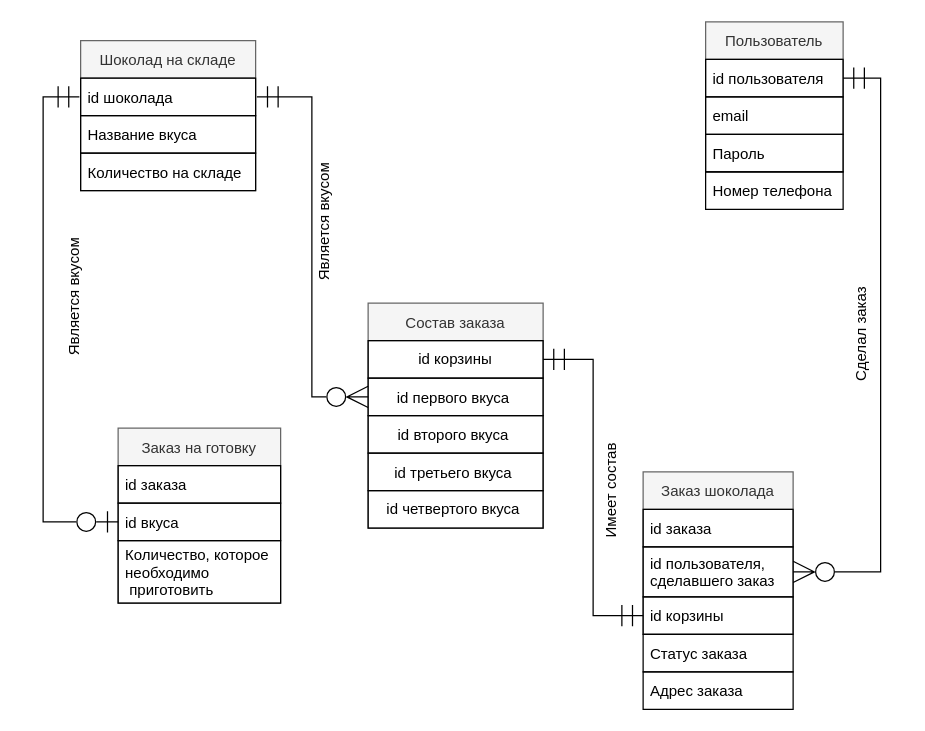
frobbery/chocolate-shop keeps this draw.io diagram as resource-images/er-diagram.drawio. Above is the earlier version. Source tidied: cells renumbered, new cells numbered last; positions are measured from the earlier drawing's top-left corner, leaving out a move shared by most shapes. Both pictures are drawn from the tidied source at 125%, with x=0, y=0 at pixel (5, 21).
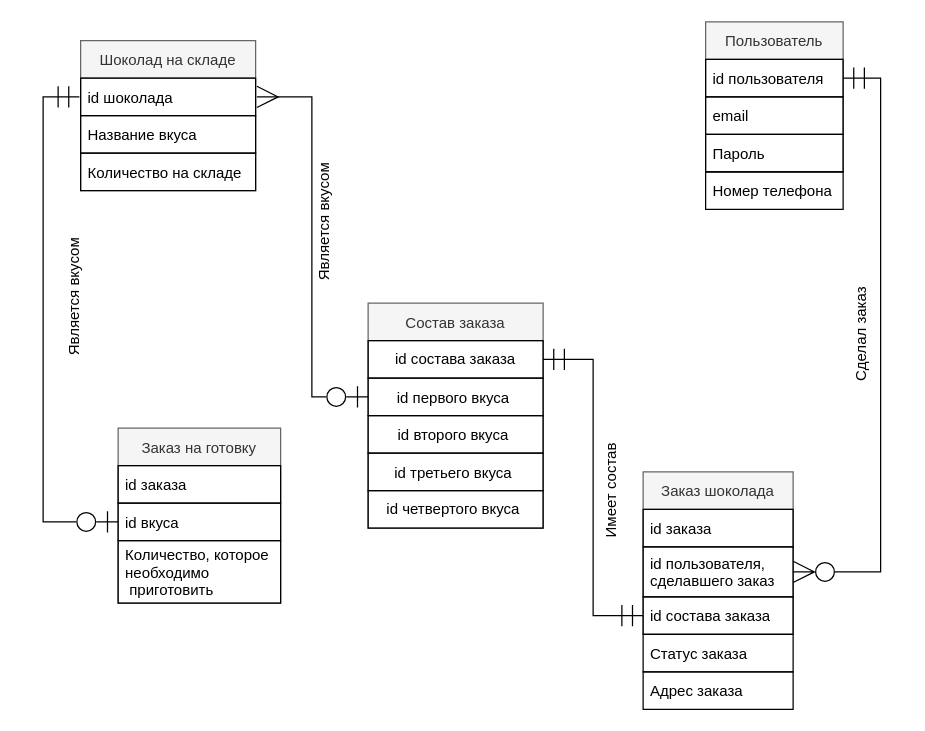
After the change.

The change refers to these unchanged cells:
```xml
<mxCell id="3" value="id шоколада" style="text;strokeColor=default;fillColor=none;align=left;verticalAlign=middle;spacingLeft=4;spacingRight=4;overflow=hidden;points=[[0,0.5],[1,0.5]];portConstraint=eastwest;perimeterSpacing=1;" parent="2" vertex="1">
  <mxGeometry y="30" width="140" height="30" as="geometry" />
</mxCell>
<mxCell id="19" value="Состав заказа" style="swimlane;fontStyle=0;horizontal=1;startSize=30;labelBackgroundColor=none;strokeColor=#666666;fillColor=#f5f5f5;fontColor=#333333;" parent="1" vertex="1">
  <mxGeometry x="290" y="225" width="140" height="180" as="geometry" />
</mxCell>
<mxCell id="21" value="id первого вкуса " style="text;strokeColor=default;fillColor=none;align=center;verticalAlign=middle;spacingLeft=4;spacingRight=4;overflow=hidden;points=[[0,0.5],[1,0.5]];portConstraint=eastwest;labelBackgroundColor=none;" parent="19" vertex="1">
  <mxGeometry y="60" width="140" height="30" as="geometry" />
</mxCell>
<mxCell id="28" value="Заказ шоколада" style="swimlane;fontStyle=0;horizontal=1;startSize=30;labelBackgroundColor=none;strokeColor=#666666;fillColor=#f5f5f5;fontColor=#333333;" parent="27" vertex="1">
  <mxGeometry width="120" height="130" as="geometry" />
</mxCell>
```

What changed in the source:
```diff
@@
-    <mxCell id="20" value="id корзины" style="text;html=1;strokeColor=default;fillColor=none;align=center;verticalAlign=middle;whiteSpace=wrap;rounded=0;labelBackgroundColor=none;labelBorderColor=none;" parent="19" vertex="1">
+    <mxCell id="20" value="id состава заказа" style="text;html=1;strokeColor=default;fillColor=none;align=center;verticalAlign=middle;whiteSpace=wrap;rounded=0;labelBackgroundColor=none;labelBorderColor=none;" parent="19" vertex="1">
       <mxGeometry y="30" width="140" height="30" as="geometry" />
     </mxCell>
@@
-    <mxCell id="31" value="id корзины " style="text;strokeColor=default;fillColor=none;align=left;verticalAlign=middle;spacingLeft=4;spacingRight=4;overflow=hidden;points=[[0,0.5],[1,0.5]];portConstraint=eastwest;labelBackgroundColor=none;" parent="28" vertex="1">
+    <mxCell id="31" value="id состава заказа " style="text;strokeColor=default;fillColor=none;align=left;verticalAlign=middle;spacingLeft=4;spacingRight=4;overflow=hidden;points=[[0,0.5],[1,0.5]];portConstraint=eastwest;labelBackgroundColor=none;" parent="28" vertex="1">
       <mxGeometry y="100" width="120" height="30" as="geometry" />
     </mxCell>
@@
-    <mxCell id="35" style="edgeStyle=orthogonalEdgeStyle;rounded=0;sketch=0;jumpStyle=line;jumpSize=0;jettySize=auto;html=1;entryX=0;entryY=0.5;entryDx=0;entryDy=0;shadow=0;startArrow=ERmandOne;startFill=0;endArrow=ERzeroToMany;endFill=0;startSize=15;endSize=15;targetPerimeterSpacing=0;" parent="1" edge="1" source="3" target="21">
+    <mxCell id="35" style="edgeStyle=orthogonalEdgeStyle;rounded=0;sketch=0;jumpStyle=line;jumpSize=0;jettySize=auto;html=1;entryX=0;entryY=0.5;entryDx=0;entryDy=0;shadow=0;startArrow=ERmany;startFill=0;endArrow=ERzeroToOne;endFill=0;startSize=15;endSize=15;targetPerimeterSpacing=0;" parent="1" edge="1" source="3" target="21">
       <mxGeometry relative="1" as="geometry" />
     </mxCell>
```
